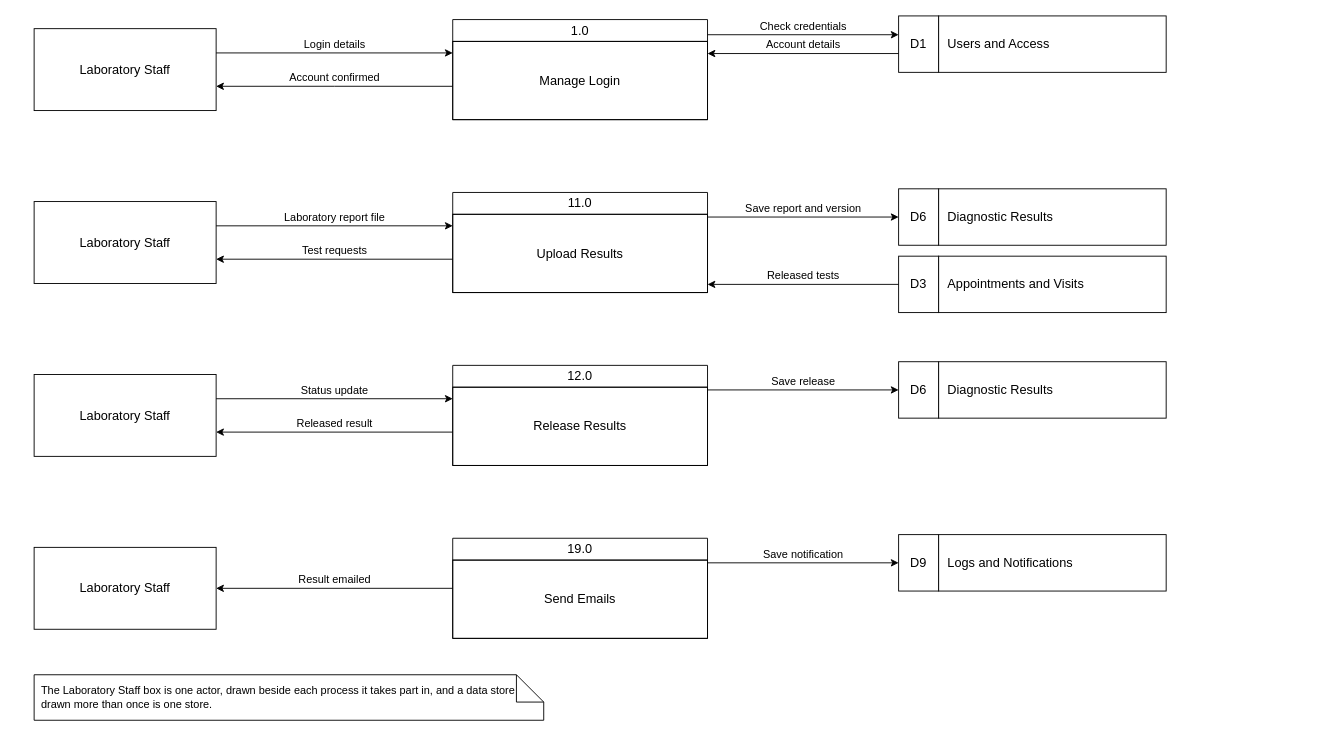
Above: page "Laboratory Staff" (5 of 8) of docs/diagrams/dfd-level1.drawio in steven23lz/Enlogada-Clinic-Management-System (draw.io), before the change. Source tidied: cells renumbered, new cells numbered last; positions are measured from the earlier drawing's top-left corner, leaving out a move shared by most shapes. Both pictures are drawn from the tidied source at 91%, with x=0, y=0 at pixel (34, 15).
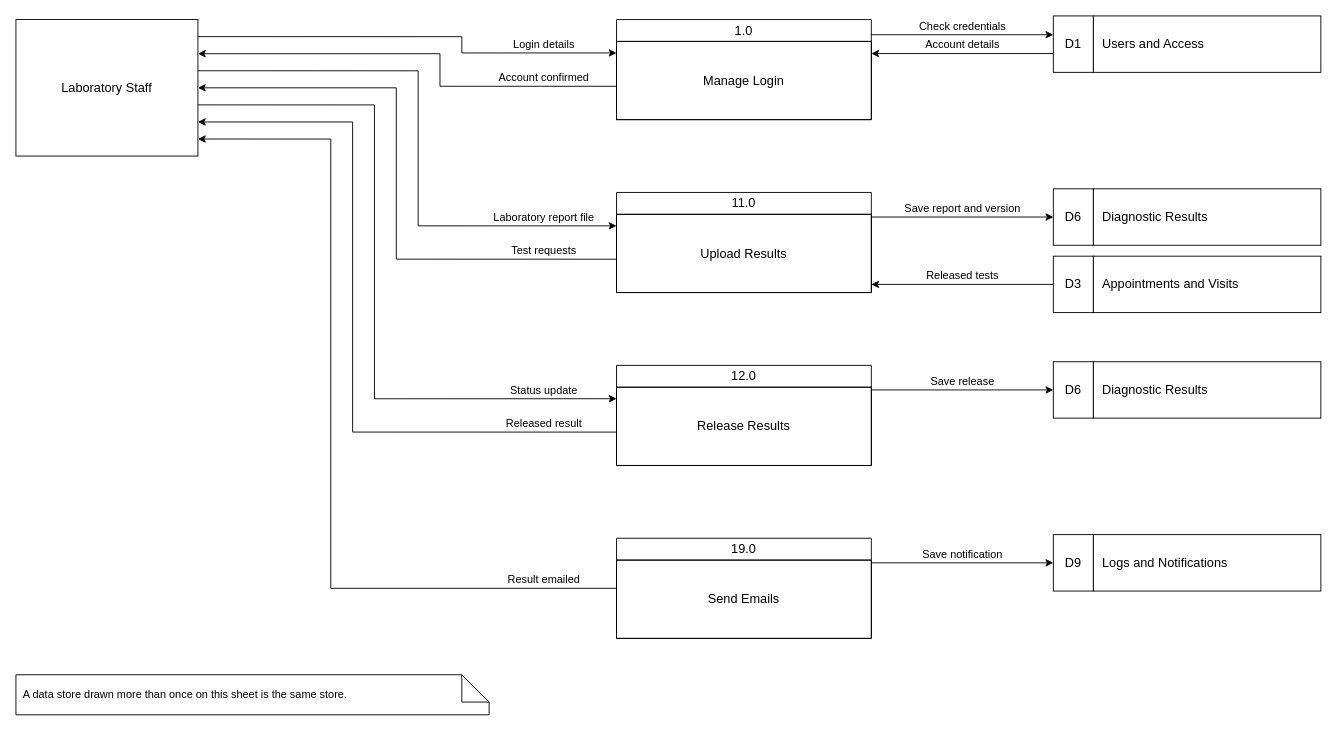
The same page after the edit.

Commit message (it also covers changes not shown here):
Level 1: one actor at the top left, a track per flow

Diff of the diagram source:
```diff
@@
     <mxCell id="2" value="Laboratory Staff" style="rounded=0;whiteSpace=wrap;html=1;fontFamily=Helvetica;fontSize=14;fontColor=#000000;strokeColor=#000000;" parent="1" vertex="1">
-      <mxGeometry y="14" width="200" height="90" as="geometry" />
+      <mxGeometry x="-20" y="4" width="200" height="150" as="geometry" />
     </mxCell>
     <mxCell id="3" value="1.0" style="swimlane;whiteSpace=wrap;html=1;startSize=24;horizontal=1;fontStyle=0;fontFamily=Helvetica;fontSize=14;fontColor=#000000;strokeColor=#000000;" parent="1" vertex="1">
-      <mxGeometry x="460" y="4" width="280" height="110" as="geometry" />
+      <mxGeometry x="640" y="4" width="280" height="110" as="geometry" />
     </mxCell>
@@
-    <mxCell id="5" value="Login details" style="edgeStyle=orthogonalEdgeStyle;rounded=0;html=1;verticalAlign=bottom;fontFamily=Helvetica;fontSize=12;fontColor=#000000;strokeColor=#000000;exitX=1;exitY=0.2963;exitDx=0;exitDy=0;entryX=0;entryY=0.3333;entryDx=0;entryDy=0;" parent="1" edge="1" source="2" target="3">
-      <mxGeometry relative="1" as="geometry" />
+    <mxCell id="5" value="Login details" style="edgeStyle=orthogonalEdgeStyle;rounded=0;html=1;verticalAlign=bottom;fontFamily=Helvetica;fontSize=12;fontColor=#000000;strokeColor=#000000;exitX=1;exitY=0.1250;exitDx=0;exitDy=0;entryX=0;entryY=0.3333;entryDx=0;entryDy=0;" parent="1" edge="1" source="2" target="3">
+      <mxGeometry x="1" relative="1" as="geometry">
+        <Array as="points">
+          <mxPoint x="470" y="22.8" />
+          <mxPoint x="470" y="40.7" />
+        </Array>
+        <mxPoint x="-80" as="offset" />
+      </mxGeometry>
     </mxCell>
-    <mxCell id="6" value="Account confirmed" style="edgeStyle=orthogonalEdgeStyle;rounded=0;html=1;verticalAlign=bottom;fontFamily=Helvetica;fontSize=12;fontColor=#000000;strokeColor=#000000;exitX=0;exitY=0.6667;exitDx=0;exitDy=0;entryX=1;entryY=0.7037;entryDx=0;entryDy=0;" parent="1" edge="1" source="3" target="2">
-      <mxGeometry relative="1" as="geometry" />
+    <mxCell id="6" value="Account confirmed" style="edgeStyle=orthogonalEdgeStyle;rounded=0;html=1;verticalAlign=bottom;fontFamily=Helvetica;fontSize=12;fontColor=#000000;strokeColor=#000000;exitX=0;exitY=0.6667;exitDx=0;exitDy=0;entryX=1;entryY=0.2500;entryDx=0;entryDy=0;" parent="1" edge="1" source="3" target="2">
+      <mxGeometry x="-1" relative="1" as="geometry">
+        <Array as="points">
+          <mxPoint x="446" y="77.3" />
+          <mxPoint x="446" y="41.5" />
+        </Array>
+        <mxPoint x="-80" as="offset" />
+      </mxGeometry>
     </mxCell>
     <mxCell id="7" value="D1" style="rounded=0;whiteSpace=wrap;html=1;align=center;fontFamily=Helvetica;fontSize=14;fontColor=#000000;strokeColor=#000000;" parent="1" vertex="1">
-      <mxGeometry x="950" width="44" height="62" as="geometry" />
+      <mxGeometry x="1120" width="44" height="62" as="geometry" />
     </mxCell>
     <mxCell id="8" value="Users and Access" style="rounded=0;whiteSpace=wrap;html=1;align=left;spacingLeft=8;fontFamily=Helvetica;fontSize=14;fontColor=#000000;strokeColor=#000000;" parent="1" vertex="1">
-      <mxGeometry x="994" width="250" height="62" as="geometry" />
+      <mxGeometry x="1164" width="250" height="62" as="geometry" />
     </mxCell>
@@
-    <mxCell id="11" value="Laboratory Staff" style="rounded=0;whiteSpace=wrap;html=1;fontFamily=Helvetica;fontSize=14;fontColor=#000000;strokeColor=#000000;" parent="1" vertex="1">
-      <mxGeometry y="204" width="200" height="90" as="geometry" />
+    <mxCell id="11" value="11.0" style="swimlane;whiteSpace=wrap;html=1;startSize=24;horizontal=1;fontStyle=0;fontFamily=Helvetica;fontSize=14;fontColor=#000000;strokeColor=#000000;" parent="1" vertex="1">
+      <mxGeometry x="640" y="194" width="280" height="110" as="geometry" />
     </mxCell>
-    <mxCell id="12" value="11.0" style="swimlane;whiteSpace=wrap;html=1;startSize=24;horizontal=1;fontStyle=0;fontFamily=Helvetica;fontSize=14;fontColor=#000000;strokeColor=#000000;" parent="1" vertex="1">
-      <mxGeometry x="460" y="194" width="280" height="110" as="geometry" />
+    <mxCell id="12" value="Upload Results" style="text;html=1;align=center;verticalAlign=middle;whiteSpace=wrap;fontFamily=Helvetica;fontSize=14;fontColor=#000000;strokeColor=#000000;" parent="11" vertex="1">
+      <mxGeometry y="24" width="280" height="86" as="geometry" />
     </mxCell>
-    <mxCell id="13" value="Upload Results" style="text;html=1;align=center;verticalAlign=middle;whiteSpace=wrap;fontFamily=Helvetica;fontSize=14;fontColor=#000000;strokeColor=#000000;" parent="12" vertex="1">
-      <mxGeometry y="24" width="280" height="86" as="geometry" />
-    </mxCell>
+    <mxCell id="38" value="Laboratory report file" style="edgeStyle=orthogonalEdgeStyle;rounded=0;html=1;verticalAlign=bottom;fontFamily=Helvetica;fontSize=12;fontColor=#000000;strokeColor=#000000;exitX=1;exitY=0.3750;exitDx=0;exitDy=0;entryX=0;entryY=0.3333;entryDx=0;entryDy=0;" parent="1" edge="1" source="2" target="11">
+      <mxGeometry x="1" relative="1" as="geometry">
+        <Array as="points">
+          <mxPoint x="422" y="60.2" />
+          <mxPoint x="422" y="230.7" />
+        </Array>
+        <mxPoint x="-80" as="offset" />
+      </mxGeometry>
+    </mxCell>
-    <mxCell id="14" value="Laboratory report file" style="edgeStyle=orthogonalEdgeStyle;rounded=0;html=1;verticalAlign=bottom;fontFamily=Helvetica;fontSize=12;fontColor=#000000;strokeColor=#000000;exitX=1;exitY=0.2963;exitDx=0;exitDy=0;entryX=0;entryY=0.3333;entryDx=0;entryDy=0;" parent="1" edge="1" source="11" target="12">
-      <mxGeometry relative="1" as="geometry" />
+    <mxCell id="14" value="Test requests" style="edgeStyle=orthogonalEdgeStyle;rounded=0;html=1;verticalAlign=bottom;fontFamily=Helvetica;fontSize=12;fontColor=#000000;strokeColor=#000000;exitX=0;exitY=0.6667;exitDx=0;exitDy=0;entryX=1;entryY=0.5000;entryDx=0;entryDy=0;" parent="1" edge="1" source="11" target="2">
+      <mxGeometry x="-1" relative="1" as="geometry">
+        <Array as="points">
+          <mxPoint x="398" y="267.3" />
+          <mxPoint x="398" y="79" />
+        </Array>
+        <mxPoint x="-80" as="offset" />
+      </mxGeometry>
     </mxCell>
-    <mxCell id="15" value="Test requests" style="edgeStyle=orthogonalEdgeStyle;rounded=0;html=1;verticalAlign=bottom;fontFamily=Helvetica;fontSize=12;fontColor=#000000;strokeColor=#000000;exitX=0;exitY=0.6667;exitDx=0;exitDy=0;entryX=1;entryY=0.7037;entryDx=0;entryDy=0;" parent="1" edge="1" source="12" target="11">
-      <mxGeometry relative="1" as="geometry" />
-    </mxCell>
+    <mxCell id="39" value="D6" style="rounded=0;whiteSpace=wrap;html=1;align=center;fontFamily=Helvetica;fontSize=14;fontColor=#000000;strokeColor=#000000;" parent="1" vertex="1">
+      <mxGeometry x="1120" y="190" width="44" height="62" as="geometry" />
+    </mxCell>
-    <mxCell id="16" value="D6" style="rounded=0;whiteSpace=wrap;html=1;align=center;fontFamily=Helvetica;fontSize=14;fontColor=#000000;strokeColor=#000000;" parent="1" vertex="1">
-      <mxGeometry x="950" y="190" width="44" height="62" as="geometry" />
+    <mxCell id="16" value="Diagnostic Results" style="rounded=0;whiteSpace=wrap;html=1;align=left;spacingLeft=8;fontFamily=Helvetica;fontSize=14;fontColor=#000000;strokeColor=#000000;" parent="1" vertex="1">
+      <mxGeometry x="1164" y="190" width="250" height="62" as="geometry" />
     </mxCell>
-    <mxCell id="17" value="Diagnostic Results" style="rounded=0;whiteSpace=wrap;html=1;align=left;spacingLeft=8;fontFamily=Helvetica;fontSize=14;fontColor=#000000;strokeColor=#000000;" parent="1" vertex="1">
-      <mxGeometry x="994" y="190" width="250" height="62" as="geometry" />
-    </mxCell>
-    <mxCell id="18" value="Save report and version" style="edgeStyle=orthogonalEdgeStyle;rounded=0;html=1;verticalAlign=bottom;fontFamily=Helvetica;fontSize=12;fontColor=#000000;strokeColor=#000000;exitX=1;exitY=0.2455;exitDx=0;exitDy=0;entryX=0;entryY=0.5000;entryDx=0;entryDy=0;" parent="1" edge="1" source="12" target="16">
+    <mxCell id="18" value="Save report and version" style="edgeStyle=orthogonalEdgeStyle;rounded=0;html=1;verticalAlign=bottom;fontFamily=Helvetica;fontSize=12;fontColor=#000000;strokeColor=#000000;exitX=1;exitY=0.2455;exitDx=0;exitDy=0;entryX=0;entryY=0.5000;entryDx=0;entryDy=0;" parent="1" edge="1" source="11" target="39">
       <mxGeometry relative="1" as="geometry" />
     </mxCell>
+    <mxCell id="40" value="D3" style="rounded=0;whiteSpace=wrap;html=1;align=center;fontFamily=Helvetica;fontSize=14;fontColor=#000000;strokeColor=#000000;" parent="1" vertex="1">
+      <mxGeometry x="1120" y="264" width="44" height="62" as="geometry" />
+    </mxCell>
-    <mxCell id="19" value="D3" style="rounded=0;whiteSpace=wrap;html=1;align=center;fontFamily=Helvetica;fontSize=14;fontColor=#000000;strokeColor=#000000;" parent="1" vertex="1">
-      <mxGeometry x="950" y="264" width="44" height="62" as="geometry" />
+    <mxCell id="19" value="Appointments and Visits" style="rounded=0;whiteSpace=wrap;html=1;align=left;spacingLeft=8;fontFamily=Helvetica;fontSize=14;fontColor=#000000;strokeColor=#000000;" parent="1" vertex="1">
+      <mxGeometry x="1164" y="264" width="250" height="62" as="geometry" />
     </mxCell>
-    <mxCell id="20" value="Appointments and Visits" style="rounded=0;whiteSpace=wrap;html=1;align=left;spacingLeft=8;fontFamily=Helvetica;fontSize=14;fontColor=#000000;strokeColor=#000000;" parent="1" vertex="1">
-      <mxGeometry x="994" y="264" width="250" height="62" as="geometry" />
-    </mxCell>
-    <mxCell id="21" value="Released tests" style="edgeStyle=orthogonalEdgeStyle;rounded=0;html=1;verticalAlign=bottom;fontFamily=Helvetica;fontSize=12;fontColor=#000000;strokeColor=#000000;exitX=0;exitY=0.5000;exitDx=0;exitDy=0;entryX=1;entryY=0.9182;entryDx=0;entryDy=0;" parent="1" edge="1" source="19" target="12">
+    <mxCell id="21" value="Released tests" style="edgeStyle=orthogonalEdgeStyle;rounded=0;html=1;verticalAlign=bottom;fontFamily=Helvetica;fontSize=12;fontColor=#000000;strokeColor=#000000;exitX=0;exitY=0.5000;exitDx=0;exitDy=0;entryX=1;entryY=0.9182;entryDx=0;entryDy=0;" parent="1" edge="1" source="40" target="11">
       <mxGeometry relative="1" as="geometry" />
     </mxCell>
+    <mxCell id="23" value="12.0" style="swimlane;whiteSpace=wrap;html=1;startSize=24;horizontal=1;fontStyle=0;fontFamily=Helvetica;fontSize=14;fontColor=#000000;strokeColor=#000000;" parent="1" vertex="1">
+      <mxGeometry x="640" y="384" width="280" height="110" as="geometry" />
+    </mxCell>
-    <mxCell id="22" value="Laboratory Staff" style="rounded=0;whiteSpace=wrap;html=1;fontFamily=Helvetica;fontSize=14;fontColor=#000000;strokeColor=#000000;" parent="1" vertex="1">
-      <mxGeometry y="394" width="200" height="90" as="geometry" />
+    <mxCell id="22" value="Release Results" style="text;html=1;align=center;verticalAlign=middle;whiteSpace=wrap;fontFamily=Helvetica;fontSize=14;fontColor=#000000;strokeColor=#000000;" parent="23" vertex="1">
+      <mxGeometry y="24" width="280" height="86" as="geometry" />
     </mxCell>
-    <mxCell id="23" value="12.0" style="swimlane;whiteSpace=wrap;html=1;startSize=24;horizontal=1;fontStyle=0;fontFamily=Helvetica;fontSize=14;fontColor=#000000;strokeColor=#000000;" parent="1" vertex="1">
-      <mxGeometry x="460" y="384" width="280" height="110" as="geometry" />
-    </mxCell>
-    <mxCell id="24" value="Release Results" style="text;html=1;align=center;verticalAlign=middle;whiteSpace=wrap;fontFamily=Helvetica;fontSize=14;fontColor=#000000;strokeColor=#000000;" parent="23" vertex="1">
-      <mxGeometry y="24" width="280" height="86" as="geometry" />
-    </mxCell>
-    <mxCell id="25" value="Status update" style="edgeStyle=orthogonalEdgeStyle;rounded=0;html=1;verticalAlign=bottom;fontFamily=Helvetica;fontSize=12;fontColor=#000000;strokeColor=#000000;exitX=1;exitY=0.2963;exitDx=0;exitDy=0;entryX=0;entryY=0.3333;entryDx=0;entryDy=0;" parent="1" edge="1" source="22" target="23">
-      <mxGeometry relative="1" as="geometry" />
+    <mxCell id="25" value="Status update" style="edgeStyle=orthogonalEdgeStyle;rounded=0;html=1;verticalAlign=bottom;fontFamily=Helvetica;fontSize=12;fontColor=#000000;strokeColor=#000000;exitX=1;exitY=0.6250;exitDx=0;exitDy=0;entryX=0;entryY=0.3333;entryDx=0;entryDy=0;" parent="1" edge="1" source="2" target="23">
+      <mxGeometry x="1" relative="1" as="geometry">
+        <Array as="points">
+          <mxPoint x="374" y="97.8" />
+          <mxPoint x="374" y="420.7" />
+        </Array>
+        <mxPoint x="-80" as="offset" />
+      </mxGeometry>
     </mxCell>
-    <mxCell id="26" value="Released result" style="edgeStyle=orthogonalEdgeStyle;rounded=0;html=1;verticalAlign=bottom;fontFamily=Helvetica;fontSize=12;fontColor=#000000;strokeColor=#000000;exitX=0;exitY=0.6667;exitDx=0;exitDy=0;entryX=1;entryY=0.7037;entryDx=0;entryDy=0;" parent="1" edge="1" source="23" target="22">
-      <mxGeometry relative="1" as="geometry" />
+    <mxCell id="26" value="Released result" style="edgeStyle=orthogonalEdgeStyle;rounded=0;html=1;verticalAlign=bottom;fontFamily=Helvetica;fontSize=12;fontColor=#000000;strokeColor=#000000;exitX=0;exitY=0.6667;exitDx=0;exitDy=0;entryX=1;entryY=0.7500;entryDx=0;entryDy=0;" parent="1" edge="1" source="23" target="2">
+      <mxGeometry x="-1" relative="1" as="geometry">
+        <Array as="points">
+          <mxPoint x="350" y="457.3" />
+          <mxPoint x="350" y="116.5" />
+        </Array>
+        <mxPoint x="-80" as="offset" />
+      </mxGeometry>
     </mxCell>
-    <mxCell id="27" value="D6" style="rounded=0;whiteSpace=wrap;html=1;align=center;fontFamily=Helvetica;fontSize=14;fontColor=#000000;strokeColor=#000000;" parent="1" vertex="1">
-      <mxGeometry x="950" y="380" width="44" height="62" as="geometry" />
-    </mxCell>
+    <mxCell id="41" value="D6" style="rounded=0;whiteSpace=wrap;html=1;align=center;fontFamily=Helvetica;fontSize=14;fontColor=#000000;strokeColor=#000000;" parent="1" vertex="1">
+      <mxGeometry x="1120" y="380" width="44" height="62" as="geometry" />
+    </mxCell>
+    <mxCell id="17" value="Diagnostic Results" style="rounded=0;whiteSpace=wrap;html=1;align=left;spacingLeft=8;fontFamily=Helvetica;fontSize=14;fontColor=#000000;strokeColor=#000000;" parent="1" vertex="1">
+      <mxGeometry x="1164" y="380" width="250" height="62" as="geometry" />
+    </mxCell>
+    <mxCell id="29" value="Save release" style="edgeStyle=orthogonalEdgeStyle;rounded=0;html=1;verticalAlign=bottom;fontFamily=Helvetica;fontSize=12;fontColor=#000000;strokeColor=#000000;exitX=1;exitY=0.2455;exitDx=0;exitDy=0;entryX=0;entryY=0.5000;entryDx=0;entryDy=0;" parent="1" edge="1" source="23" target="41">
+      <mxGeometry relative="1" as="geometry" />
+    </mxCell>
-    <mxCell id="28" value="Diagnostic Results" style="rounded=0;whiteSpace=wrap;html=1;align=left;spacingLeft=8;fontFamily=Helvetica;fontSize=14;fontColor=#000000;strokeColor=#000000;" parent="1" vertex="1">
-      <mxGeometry x="994" y="380" width="250" height="62" as="geometry" />
+    <mxCell id="28" value="19.0" style="swimlane;whiteSpace=wrap;html=1;startSize=24;horizontal=1;fontStyle=0;fontFamily=Helvetica;fontSize=14;fontColor=#000000;strokeColor=#000000;" parent="1" vertex="1">
+      <mxGeometry x="640" y="574" width="280" height="110" as="geometry" />
     </mxCell>
-    <mxCell id="29" value="Save release" style="edgeStyle=orthogonalEdgeStyle;rounded=0;html=1;verticalAlign=bottom;fontFamily=Helvetica;fontSize=12;fontColor=#000000;strokeColor=#000000;exitX=1;exitY=0.2455;exitDx=0;exitDy=0;entryX=0;entryY=0.5000;entryDx=0;entryDy=0;" parent="1" edge="1" source="23" target="27">
-      <mxGeometry relative="1" as="geometry" />
-    </mxCell>
-    <mxCell id="30" value="Laboratory Staff" style="rounded=0;whiteSpace=wrap;html=1;fontFamily=Helvetica;fontSize=14;fontColor=#000000;strokeColor=#000000;" parent="1" vertex="1">
-      <mxGeometry y="584" width="200" height="90" as="geometry" />
-    </mxCell>
+    <mxCell id="42" value="Send Emails" style="text;html=1;align=center;verticalAlign=middle;whiteSpace=wrap;fontFamily=Helvetica;fontSize=14;fontColor=#000000;strokeColor=#000000;" parent="28" vertex="1">
+      <mxGeometry y="24" width="280" height="86" as="geometry" />
+    </mxCell>
+    <mxCell id="43" value="Result emailed" style="edgeStyle=orthogonalEdgeStyle;rounded=0;html=1;verticalAlign=bottom;fontFamily=Helvetica;fontSize=12;fontColor=#000000;strokeColor=#000000;exitX=0;exitY=0.5000;exitDx=0;exitDy=0;entryX=1;entryY=0.8750;entryDx=0;entryDy=0;" parent="1" edge="1" source="28" target="2">
+      <mxGeometry x="-1" relative="1" as="geometry">
+        <Array as="points">
+          <mxPoint x="326" y="629" />
+          <mxPoint x="326" y="135.2" />
+        </Array>
+        <mxPoint x="-80" as="offset" />
+      </mxGeometry>
+    </mxCell>
-    <mxCell id="31" value="19.0" style="swimlane;whiteSpace=wrap;html=1;startSize=24;horizontal=1;fontStyle=0;fontFamily=Helvetica;fontSize=14;fontColor=#000000;strokeColor=#000000;" parent="1" vertex="1">
-      <mxGeometry x="460" y="574" width="280" height="110" as="geometry" />
+    <mxCell id="31" value="D9" style="rounded=0;whiteSpace=wrap;html=1;align=center;fontFamily=Helvetica;fontSize=14;fontColor=#000000;strokeColor=#000000;" parent="1" vertex="1">
+      <mxGeometry x="1120" y="570" width="44" height="62" as="geometry" />
     </mxCell>
-    <mxCell id="32" value="Send Emails" style="text;html=1;align=center;verticalAlign=middle;whiteSpace=wrap;fontFamily=Helvetica;fontSize=14;fontColor=#000000;strokeColor=#000000;" parent="31" vertex="1">
-      <mxGeometry y="24" width="280" height="86" as="geometry" />
+    <mxCell id="32" value="Logs and Notifications" style="rounded=0;whiteSpace=wrap;html=1;align=left;spacingLeft=8;fontFamily=Helvetica;fontSize=14;fontColor=#000000;strokeColor=#000000;" parent="1" vertex="1">
+      <mxGeometry x="1164" y="570" width="250" height="62" as="geometry" />
     </mxCell>
-    <mxCell id="33" value="Result emailed" style="edgeStyle=orthogonalEdgeStyle;rounded=0;html=1;verticalAlign=bottom;fontFamily=Helvetica;fontSize=12;fontColor=#000000;strokeColor=#000000;exitX=0;exitY=0.5000;exitDx=0;exitDy=0;entryX=1;entryY=0.5000;entryDx=0;entryDy=0;" parent="1" edge="1" source="31" target="30">
+    <mxCell id="33" value="Save notification" style="edgeStyle=orthogonalEdgeStyle;rounded=0;html=1;verticalAlign=bottom;fontFamily=Helvetica;fontSize=12;fontColor=#000000;strokeColor=#000000;exitX=1;exitY=0.2455;exitDx=0;exitDy=0;entryX=0;entryY=0.5000;entryDx=0;entryDy=0;" parent="1" edge="1" source="28" target="31">
       <mxGeometry relative="1" as="geometry" />
     </mxCell>
-    <mxCell id="34" value="D9" style="rounded=0;whiteSpace=wrap;html=1;align=center;fontFamily=Helvetica;fontSize=14;fontColor=#000000;strokeColor=#000000;" parent="1" vertex="1">
-      <mxGeometry x="950" y="570" width="44" height="62" as="geometry" />
+    <mxCell id="34" value="A data store drawn more than once on this sheet is the same store." style="shape=note;whiteSpace=wrap;html=1;backgroundOutline=1;fillColor=none;strokeColor=#000000;align=left;spacingLeft=6;fontFamily=Helvetica;fontSize=12;fontColor=#000000;strokeColor=#000000;" parent="1" vertex="1">
+      <mxGeometry x="-20" y="724" width="520" height="44" as="geometry" />
     </mxCell>
-    <mxCell id="35" value="Logs and Notifications" style="rounded=0;whiteSpace=wrap;html=1;align=left;spacingLeft=8;fontFamily=Helvetica;fontSize=14;fontColor=#000000;strokeColor=#000000;" parent="1" vertex="1">
-      <mxGeometry x="994" y="570" width="250" height="62" as="geometry" />
-    </mxCell>
-    <mxCell id="36" value="Save notification" style="edgeStyle=orthogonalEdgeStyle;rounded=0;html=1;verticalAlign=bottom;fontFamily=Helvetica;fontSize=12;fontColor=#000000;strokeColor=#000000;exitX=1;exitY=0.2455;exitDx=0;exitDy=0;entryX=0;entryY=0.5000;entryDx=0;entryDy=0;" parent="1" edge="1" source="31" target="34">
-      <mxGeometry relative="1" as="geometry" />
-    </mxCell>
-    <mxCell id="37" value="The Laboratory Staff box is one actor, drawn beside each process it takes part in, and a data store drawn more than once is one store." style="shape=note;whiteSpace=wrap;html=1;backgroundOutline=1;fillColor=none;strokeColor=#000000;align=left;spacingLeft=6;fontFamily=Helvetica;fontSize=12;fontColor=#000000;strokeColor=#000000;" parent="1" vertex="1">
-      <mxGeometry y="724" width="560" height="50" as="geometry" />
-    </mxCell>
```
